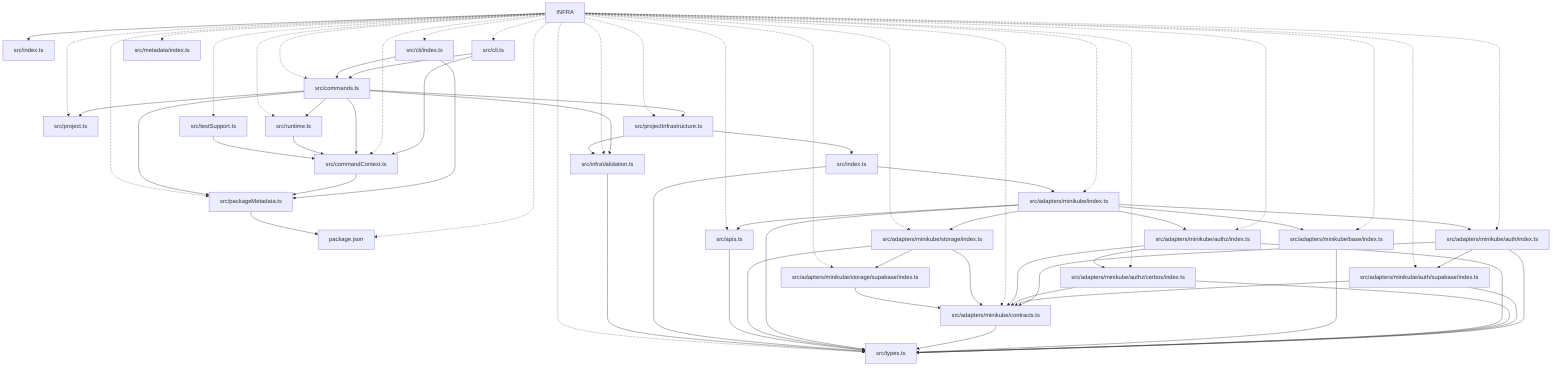
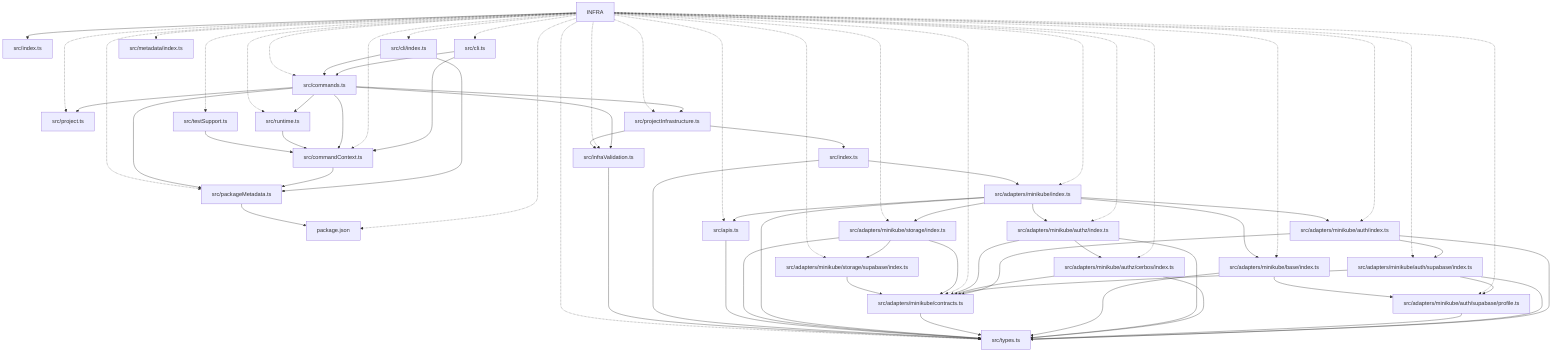
graph TD
  package__ankhorage_infra["INFRA"]
  entrypoint_src_index_ts["src/index.ts"]
  package__ankhorage_infra --> entrypoint_src_index_ts
  module_package_json["package.json"]
  package__ankhorage_infra -.-> module_package_json
  module_src_adapters_minikube_auth_index_ts["src/adapters/minikube/auth/index.ts"]
  package__ankhorage_infra -.-> module_src_adapters_minikube_auth_index_ts
  module_src_adapters_minikube_auth_index_ts --> module_src_adapters_minikube_auth_supabase_index_ts
  module_src_adapters_minikube_auth_index_ts --> module_src_adapters_minikube_contracts_ts
  module_src_adapters_minikube_auth_index_ts --> module_src_types_ts
  module_src_adapters_minikube_auth_supabase_index_ts["src/adapters/minikube/auth/supabase/index.ts"]
  package__ankhorage_infra -.-> module_src_adapters_minikube_auth_supabase_index_ts
+   module_src_adapters_minikube_auth_supabase_index_ts --> module_src_adapters_minikube_auth_supabase_profile_ts
  module_src_adapters_minikube_auth_supabase_index_ts --> module_src_adapters_minikube_contracts_ts
  module_src_adapters_minikube_auth_supabase_index_ts --> module_src_types_ts
+   module_src_adapters_minikube_auth_supabase_profile_ts["src/adapters/minikube/auth/supabase/profile.ts"]
+   package__ankhorage_infra -.-> module_src_adapters_minikube_auth_supabase_profile_ts
+   module_src_adapters_minikube_auth_supabase_profile_ts --> module_src_types_ts
  module_src_adapters_minikube_authz_cerbos_index_ts["src/adapters/minikube/authz/cerbos/index.ts"]
  package__ankhorage_infra -.-> module_src_adapters_minikube_authz_cerbos_index_ts
  module_src_adapters_minikube_authz_cerbos_index_ts --> module_src_adapters_minikube_contracts_ts
  module_src_adapters_minikube_authz_cerbos_index_ts --> module_src_types_ts
  module_src_adapters_minikube_authz_index_ts["src/adapters/minikube/authz/index.ts"]
  package__ankhorage_infra -.-> module_src_adapters_minikube_authz_index_ts
  module_src_adapters_minikube_authz_index_ts --> module_src_adapters_minikube_authz_cerbos_index_ts
  module_src_adapters_minikube_authz_index_ts --> module_src_adapters_minikube_contracts_ts
  module_src_adapters_minikube_authz_index_ts --> module_src_types_ts
  module_src_adapters_minikube_base_index_ts["src/adapters/minikube/base/index.ts"]
  package__ankhorage_infra -.-> module_src_adapters_minikube_base_index_ts
+   module_src_adapters_minikube_base_index_ts --> module_src_adapters_minikube_auth_supabase_profile_ts
  module_src_adapters_minikube_base_index_ts --> module_src_types_ts
  module_src_adapters_minikube_contracts_ts["src/adapters/minikube/contracts.ts"]
  package__ankhorage_infra -.-> module_src_adapters_minikube_contracts_ts
  module_src_adapters_minikube_contracts_ts --> module_src_types_ts
  module_src_adapters_minikube_index_ts["src/adapters/minikube/index.ts"]
  package__ankhorage_infra -.-> module_src_adapters_minikube_index_ts
  module_src_adapters_minikube_index_ts --> module_src_adapters_minikube_auth_index_ts
  module_src_adapters_minikube_index_ts --> module_src_adapters_minikube_authz_index_ts
  module_src_adapters_minikube_index_ts --> module_src_adapters_minikube_base_index_ts
  module_src_adapters_minikube_index_ts --> module_src_adapters_minikube_storage_index_ts
  module_src_adapters_minikube_index_ts --> module_src_apis_ts
  module_src_adapters_minikube_index_ts --> module_src_types_ts
  module_src_adapters_minikube_storage_index_ts["src/adapters/minikube/storage/index.ts"]
  package__ankhorage_infra -.-> module_src_adapters_minikube_storage_index_ts
  module_src_adapters_minikube_storage_index_ts --> module_src_adapters_minikube_contracts_ts
  module_src_adapters_minikube_storage_index_ts --> module_src_adapters_minikube_storage_supabase_index_ts
  module_src_adapters_minikube_storage_index_ts --> module_src_types_ts
  module_src_adapters_minikube_storage_supabase_index_ts["src/adapters/minikube/storage/supabase/index.ts"]
  package__ankhorage_infra -.-> module_src_adapters_minikube_storage_supabase_index_ts
  module_src_adapters_minikube_storage_supabase_index_ts --> module_src_adapters_minikube_contracts_ts
  module_src_apis_ts["src/apis.ts"]
  package__ankhorage_infra -.-> module_src_apis_ts
  module_src_apis_ts --> module_src_types_ts
  module_src_cli_ts["src/cli.ts"]
  package__ankhorage_infra -.-> module_src_cli_ts
  module_src_cli_ts --> module_src_commandContext_ts
  module_src_cli_ts --> module_src_commands_ts
  module_src_cli_index_ts["src/cli/index.ts"]
  package__ankhorage_infra -.-> module_src_cli_index_ts
  module_src_cli_index_ts --> module_src_commands_ts
  module_src_cli_index_ts --> module_src_packageMetadata_ts
  module_src_commandContext_ts["src/commandContext.ts"]
  package__ankhorage_infra -.-> module_src_commandContext_ts
  module_src_commandContext_ts --> module_src_packageMetadata_ts
  module_src_commands_ts["src/commands.ts"]
  package__ankhorage_infra -.-> module_src_commands_ts
  module_src_commands_ts --> module_src_commandContext_ts
  module_src_commands_ts --> module_src_infraValidation_ts
  module_src_commands_ts --> module_src_packageMetadata_ts
  module_src_commands_ts --> module_src_project_ts
  module_src_commands_ts --> module_src_projectInfrastructure_ts
  module_src_commands_ts --> module_src_runtime_ts
  module_src_index_ts["src/index.ts"]
  module_src_index_ts --> module_src_adapters_minikube_index_ts
  module_src_index_ts --> module_src_types_ts
  module_src_infraValidation_ts["src/infraValidation.ts"]
  package__ankhorage_infra -.-> module_src_infraValidation_ts
  module_src_infraValidation_ts --> module_src_types_ts
  module_src_metadata_index_ts["src/metadata/index.ts"]
  package__ankhorage_infra -.-> module_src_metadata_index_ts
  module_src_packageMetadata_ts["src/packageMetadata.ts"]
  package__ankhorage_infra -.-> module_src_packageMetadata_ts
  module_src_packageMetadata_ts --> module_package_json
  module_src_project_ts["src/project.ts"]
  package__ankhorage_infra -.-> module_src_project_ts
  module_src_projectInfrastructure_ts["src/projectInfrastructure.ts"]
  package__ankhorage_infra -.-> module_src_projectInfrastructure_ts
  module_src_projectInfrastructure_ts --> module_src_index_ts
  module_src_projectInfrastructure_ts --> module_src_infraValidation_ts
  module_src_runtime_ts["src/runtime.ts"]
  package__ankhorage_infra -.-> module_src_runtime_ts
  module_src_runtime_ts --> module_src_commandContext_ts
  module_src_testSupport_ts["src/testSupport.ts"]
  package__ankhorage_infra -.-> module_src_testSupport_ts
  module_src_testSupport_ts --> module_src_commandContext_ts
  module_src_types_ts["src/types.ts"]
  package__ankhorage_infra -.-> module_src_types_ts
